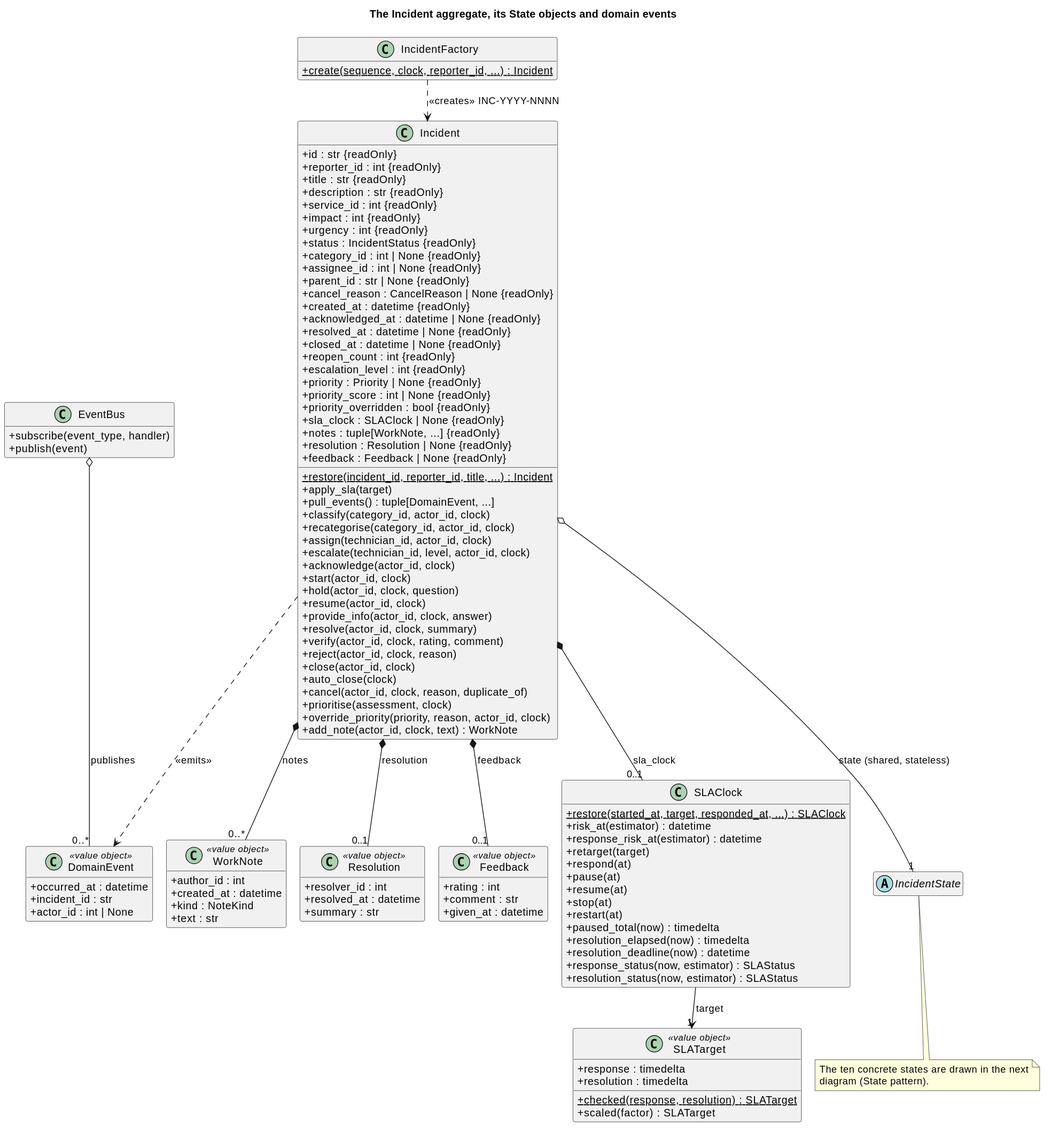
This is docs/diagrams/generated/class-incident.svg from Siddhant944/i-itsm, a PlantUML export, as it was before one commit.
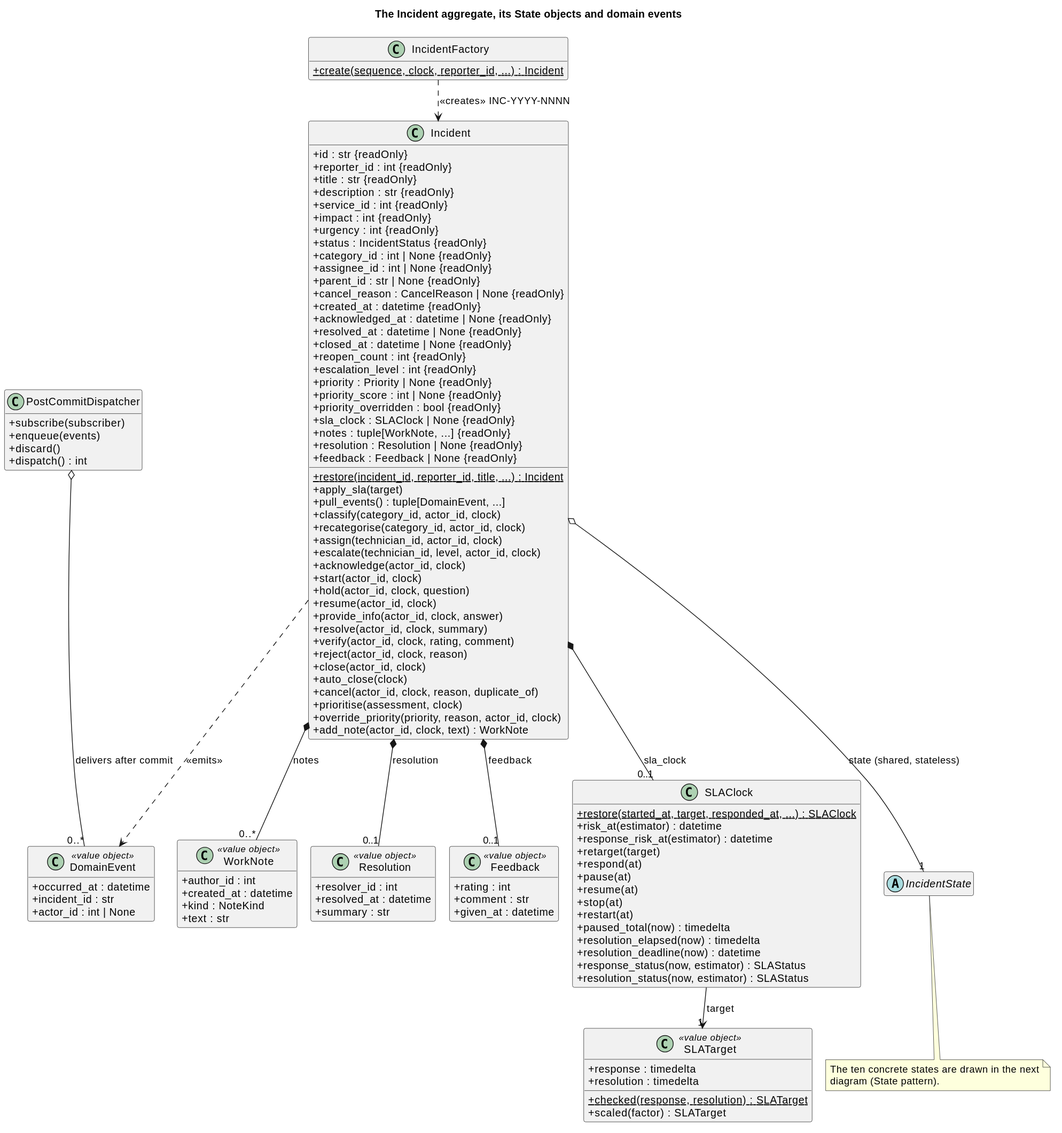
The same diagram one commit later.

Change to the diagram source:
```diff
@@ -107,9 +107,11 @@
   +incident_id : str
   +actor_id : int | None
 }
-class EventBus {
-  +subscribe(event_type, handler)
-  +publish(event)
+class PostCommitDispatcher {
+  +subscribe(subscriber)
+  +enqueue(events)
+  +discard()
+  +dispatch() : int
 }
 Incident *-- "0..1" SLAClock : sla_clock
 Incident *-- "0..*" WorkNote : notes
@@ -118,7 +120,7 @@
 Incident o-- "1" IncidentState : state (shared, stateless)
 SLAClock --> "1" SLATarget : target
 Incident ..> DomainEvent : <<emits>>
-EventBus o-- "0..*" DomainEvent : publishes
+PostCommitDispatcher o-- "0..*" DomainEvent : delivers after commit
 IncidentFactory ..> Incident : <<creates>> INC-YYYY-NNNN
 note bottom of IncidentState
   The ten concrete states are drawn in the next
```
